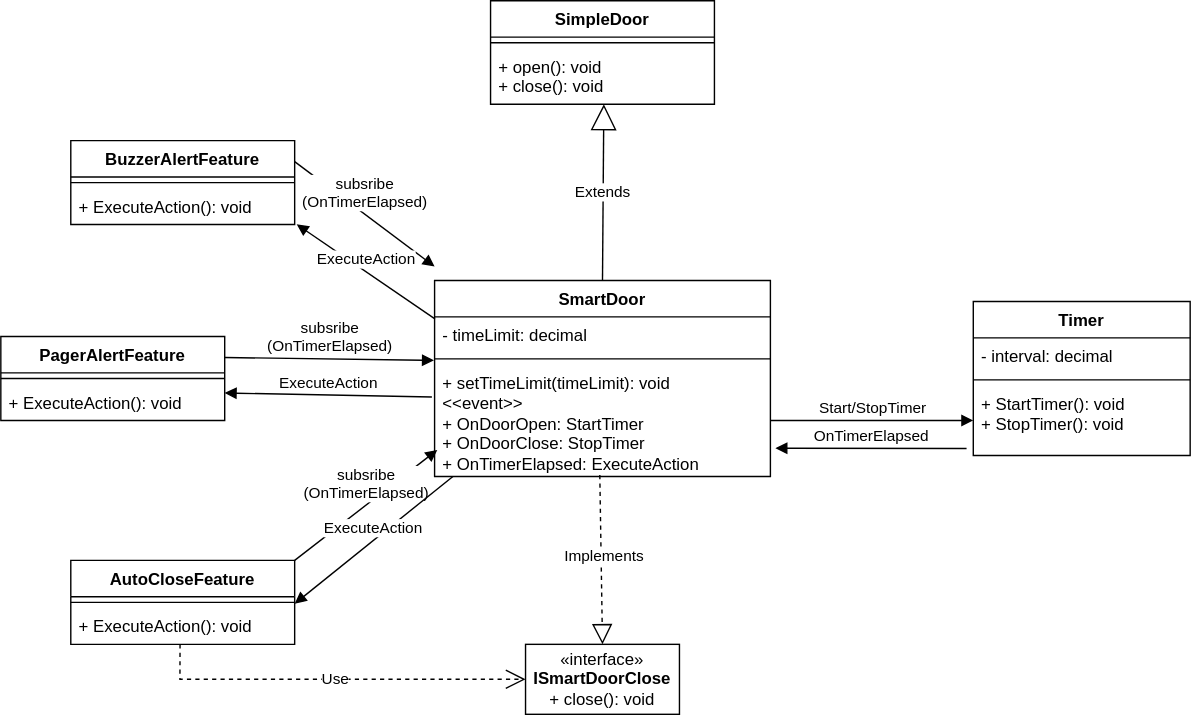
The draw.io diagram Article/Original Design.svg in rnachiappan123/Zeiss-Freshers-Bootcamp-2024, before a commit. Source tidied: cells renumbered, new cells last; positions are measured from the earlier drawing's top-left corner, leaving out a move shared by most shapes.
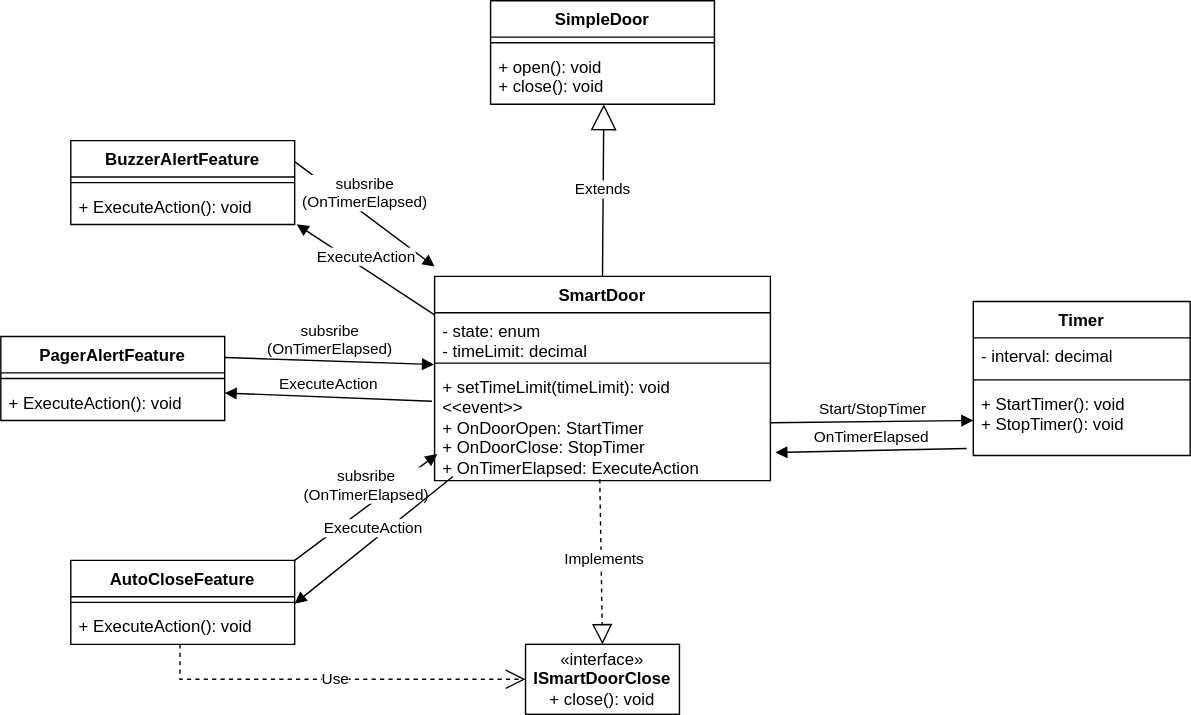
After the change.

Change to the diagram source:
```diff
@@ -12,16 +12,16 @@
       <mxGeometry y="34" width="160" height="40" as="geometry" />
     </mxCell>
     <mxCell id="5" value="SmartDoor" style="swimlane;fontStyle=1;align=center;verticalAlign=top;horizontal=1;startSize=26;whiteSpace=wrap;html=1;" parent="1" vertex="1">
-      <mxGeometry x="310" y="200" width="240" height="140" as="geometry" />
+      <mxGeometry x="310" y="197" width="240" height="146" as="geometry" />
     </mxCell>
-    <mxCell id="6" value="- timeLimit: decimal" style="text;strokeColor=none;fillColor=none;align=left;verticalAlign=top;spacingLeft=4;spacingRight=4;overflow=hidden;points=[[0,0.5],[1,0.5]];portConstraint=eastwest;whiteSpace=wrap;html=1;" parent="5" vertex="1">
-      <mxGeometry y="26" width="240" height="26" as="geometry" />
+    <mxCell id="6" value="- state: enum&lt;br&gt;&lt;div&gt;- timeLimit: decimal&lt;/div&gt;" style="text;strokeColor=none;fillColor=none;align=left;verticalAlign=top;spacingLeft=4;spacingRight=4;overflow=hidden;points=[[0,0.5],[1,0.5]];portConstraint=eastwest;whiteSpace=wrap;html=1;" parent="5" vertex="1">
+      <mxGeometry y="26" width="240" height="32" as="geometry" />
     </mxCell>
     <mxCell id="7" style="line;strokeWidth=1;fillColor=none;align=left;verticalAlign=middle;spacingTop=-1;spacingLeft=3;spacingRight=3;labelPosition=right;strokeColor=inherit;" parent="5" vertex="1">
-      <mxGeometry y="52" width="240" height="8" as="geometry" />
+      <mxGeometry y="58" width="240" height="8" as="geometry" />
     </mxCell>
     <mxCell id="8" value="&lt;div&gt;+ setTimeLimit(timeLimit): void&lt;/div&gt;&lt;div&gt;&amp;lt;&amp;lt;event&amp;gt;&amp;gt;&lt;/div&gt;&lt;div&gt;+ OnDoorOpen: StartTimer&lt;/div&gt;&lt;div&gt;+ OnDoorClose: StopTimer&lt;/div&gt;&lt;div&gt;+ OnTimerElapsed: ExecuteAction&lt;/div&gt;" style="text;strokeColor=none;fillColor=none;align=left;verticalAlign=top;spacingLeft=4;spacingRight=4;overflow=hidden;points=[[0,0.5],[1,0.5]];portConstraint=eastwest;whiteSpace=wrap;html=1;" parent="5" vertex="1">
-      <mxGeometry y="60" width="240" height="80" as="geometry" />
+      <mxGeometry y="66" width="240" height="80" as="geometry" />
     </mxCell>
     <mxCell id="9" value="Extends" style="endArrow=block;endSize=16;endFill=0;html=1;rounded=0;exitX=0.5;exitY=0;exitDx=0;exitDy=0;entryX=0.506;entryY=1;entryDx=0;entryDy=0;entryPerimeter=0;" parent="1" edge="1" source="5" target="4">
       <mxGeometry relative="1" as="geometry" />
```
